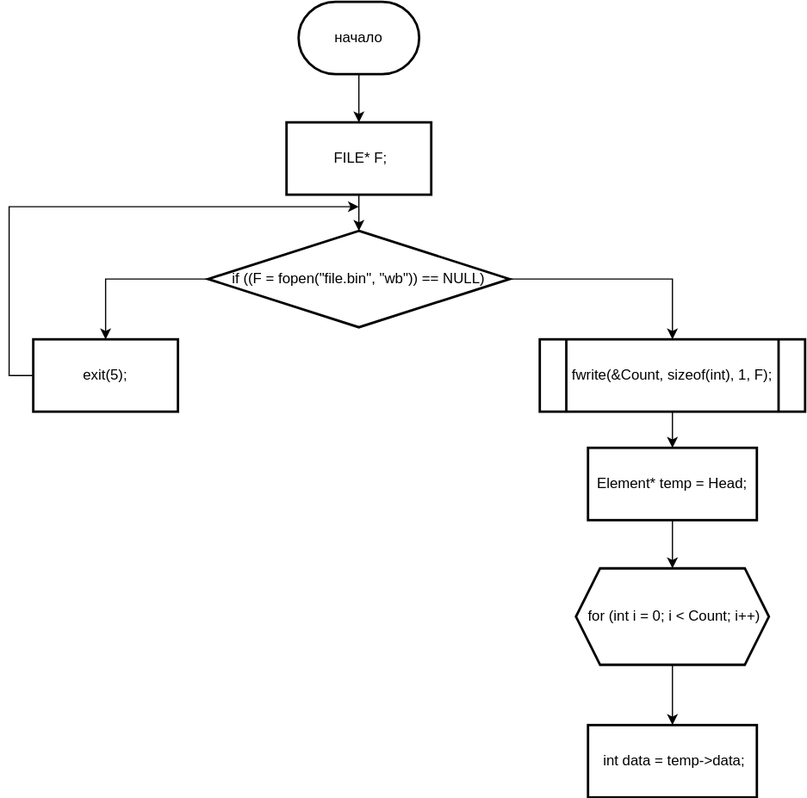
Before: Sem_2/Labs/LAB_11/lab_duospisok/write.drawio.svg, a diagram exported from draw.io (ksinph/PSTU_LABS_2023). Source tidied: cells renumbered, new cells last; positions are measured from the earlier drawing's top-left corner, leaving out a move shared by most shapes.
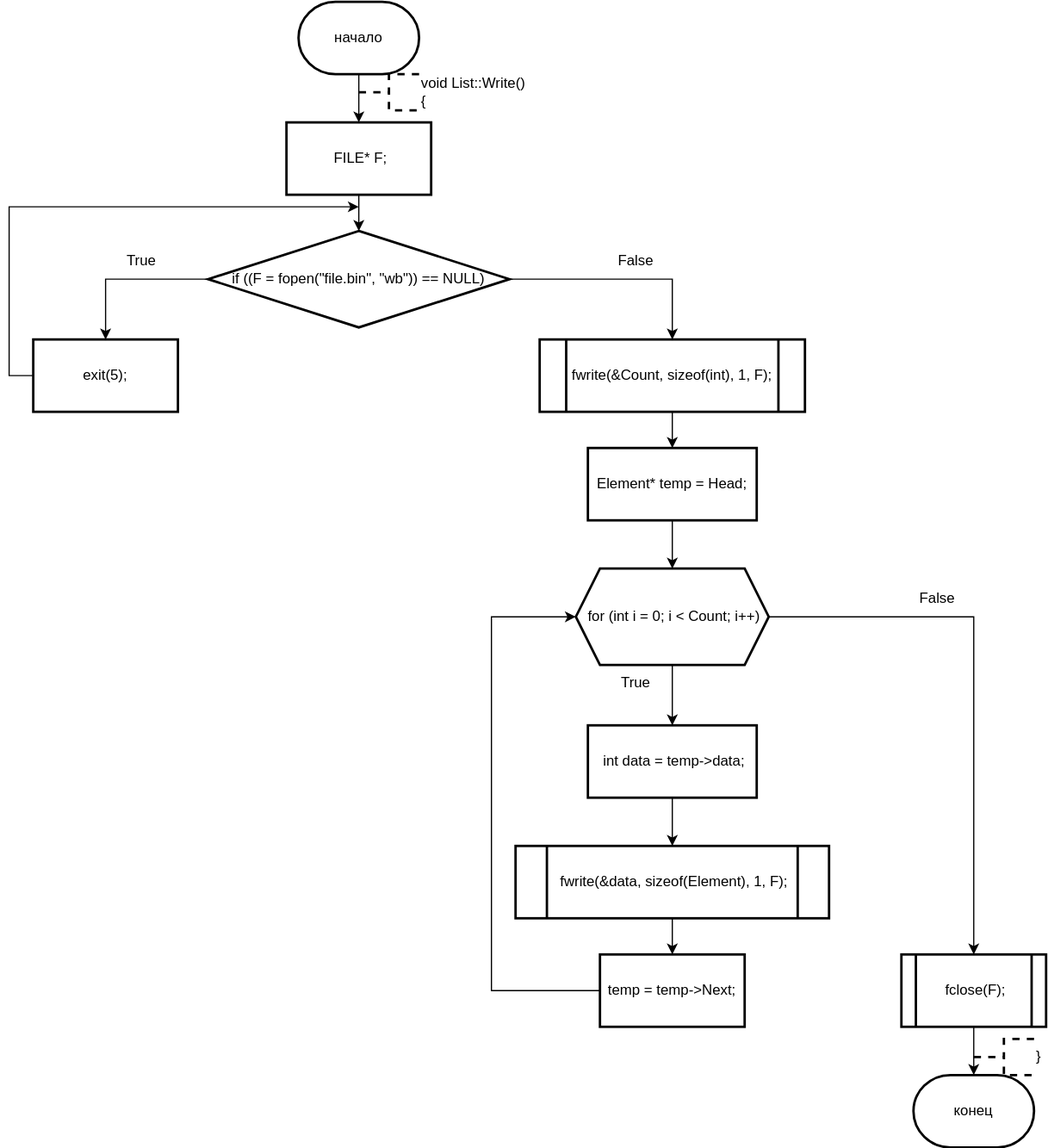
The same diagram one commit later.

The edit, as a diff of the source:
```diff
@@ -50,11 +50,61 @@
     <mxCell id="15" style="edgeStyle=orthogonalEdgeStyle;rounded=0;jettySize=auto;html=1;" parent="1" edge="1" source="16" target="17">
       <mxGeometry relative="1" as="geometry" />
     </mxCell>
+    <mxCell id="18" style="edgeStyle=orthogonalEdgeStyle;rounded=0;jettySize=auto;html=1;" parent="1" edge="1" source="16" target="24">
+      <mxGeometry relative="1" as="geometry" />
+    </mxCell>
     <mxCell id="16" value="&amp;nbsp;for (int i = 0; i &amp;lt; Count; i++)" style="shape=hexagon;perimeter=hexagonPerimeter2;whiteSpace=wrap;html=1;fixedSize=1;strokeWidth=2;" parent="1" vertex="1">
       <mxGeometry x="470" y="470" width="160" height="80" as="geometry" />
     </mxCell>
+    <mxCell id="19" style="edgeStyle=orthogonalEdgeStyle;rounded=0;jettySize=auto;html=1;" parent="1" edge="1" source="17" target="21">
+      <mxGeometry relative="1" as="geometry" />
+    </mxCell>
     <mxCell id="17" value="&amp;nbsp;int data = temp-&amp;gt;data;" style="whiteSpace=wrap;html=1;strokeWidth=2;" parent="1" vertex="1">
       <mxGeometry x="480" y="600" width="140" height="60" as="geometry" />
     </mxCell>
+    <mxCell id="20" style="edgeStyle=orthogonalEdgeStyle;rounded=0;jettySize=auto;html=1;" parent="1" edge="1" source="21" target="23">
+      <mxGeometry relative="1" as="geometry" />
+    </mxCell>
+    <mxCell id="21" value="&amp;nbsp;fwrite(&amp;amp;data, sizeof(Element), 1, F);" style="shape=process;whiteSpace=wrap;html=1;backgroundOutline=1;strokeWidth=2;" parent="1" vertex="1">
+      <mxGeometry x="420" y="700" width="260" height="60" as="geometry" />
+    </mxCell>
+    <mxCell id="22" style="edgeStyle=orthogonalEdgeStyle;rounded=0;jettySize=auto;html=1;exitX=0;exitY=0.5;exitDx=0;exitDy=0;entryX=0;entryY=0.5;entryDx=0;entryDy=0;" parent="1" edge="1" source="23" target="16">
+      <mxGeometry relative="1" as="geometry">
+        <Array as="points">
+          <mxPoint x="400" y="820" />
+          <mxPoint x="400" y="510" />
+        </Array>
+      </mxGeometry>
+    </mxCell>
+    <mxCell id="23" value="temp = temp-&amp;gt;Next;" style="whiteSpace=wrap;html=1;strokeWidth=2;" parent="1" vertex="1">
+      <mxGeometry x="490" y="790" width="120" height="60" as="geometry" />
+    </mxCell>
+    <mxCell id="24" value="&amp;nbsp;fclose(F);" style="shape=process;whiteSpace=wrap;html=1;backgroundOutline=1;strokeWidth=2;" parent="1" vertex="1">
+      <mxGeometry x="740" y="790" width="120" height="60" as="geometry" />
+    </mxCell>
+    <mxCell id="25" value="конец" style="strokeWidth=2;html=1;shape=mxgraph.flowchart.terminator;whiteSpace=wrap;" parent="1" vertex="1">
+      <mxGeometry x="750" y="890" width="100" height="60" as="geometry" />
+    </mxCell>
+    <mxCell id="26" style="edgeStyle=orthogonalEdgeStyle;rounded=0;jettySize=auto;html=1;exitX=0.5;exitY=1;exitDx=0;exitDy=0;entryX=0.5;entryY=0;entryDx=0;entryDy=0;entryPerimeter=0;" parent="1" edge="1" source="24" target="25">
+      <mxGeometry relative="1" as="geometry" />
+    </mxCell>
+    <mxCell id="27" value="}" style="strokeWidth=2;html=1;shape=mxgraph.flowchart.annotation_2;align=left;labelPosition=right;dashed=1;" parent="1" vertex="1">
+      <mxGeometry x="800" y="860" width="50" height="30" as="geometry" />
+    </mxCell>
+    <mxCell id="28" value="&lt;div&gt;void List::Write()&lt;/div&gt;&lt;div&gt;{&lt;/div&gt;" style="strokeWidth=2;html=1;shape=mxgraph.flowchart.annotation_2;align=left;labelPosition=right;dashed=1;" parent="1" vertex="1">
+      <mxGeometry x="290" y="60" width="50" height="30" as="geometry" />
+    </mxCell>
+    <mxCell id="29" value="True" style="text;html=1;align=center;verticalAlign=middle;whiteSpace=wrap;rounded=0;" parent="1" vertex="1">
+      <mxGeometry x="80" y="200" width="60" height="30" as="geometry" />
+    </mxCell>
+    <mxCell id="30" value="False" style="text;html=1;align=center;verticalAlign=middle;whiteSpace=wrap;rounded=0;" parent="1" vertex="1">
+      <mxGeometry x="490" y="200" width="60" height="30" as="geometry" />
+    </mxCell>
+    <mxCell id="31" value="False" style="text;html=1;align=center;verticalAlign=middle;whiteSpace=wrap;rounded=0;" parent="1" vertex="1">
+      <mxGeometry x="740" y="480" width="60" height="30" as="geometry" />
+    </mxCell>
+    <mxCell id="32" value="True" style="text;html=1;align=center;verticalAlign=middle;whiteSpace=wrap;rounded=0;" parent="1" vertex="1">
+      <mxGeometry x="490" y="550" width="60" height="30" as="geometry" />
+    </mxCell>
   </root>
 </mxGraphModel>
```
